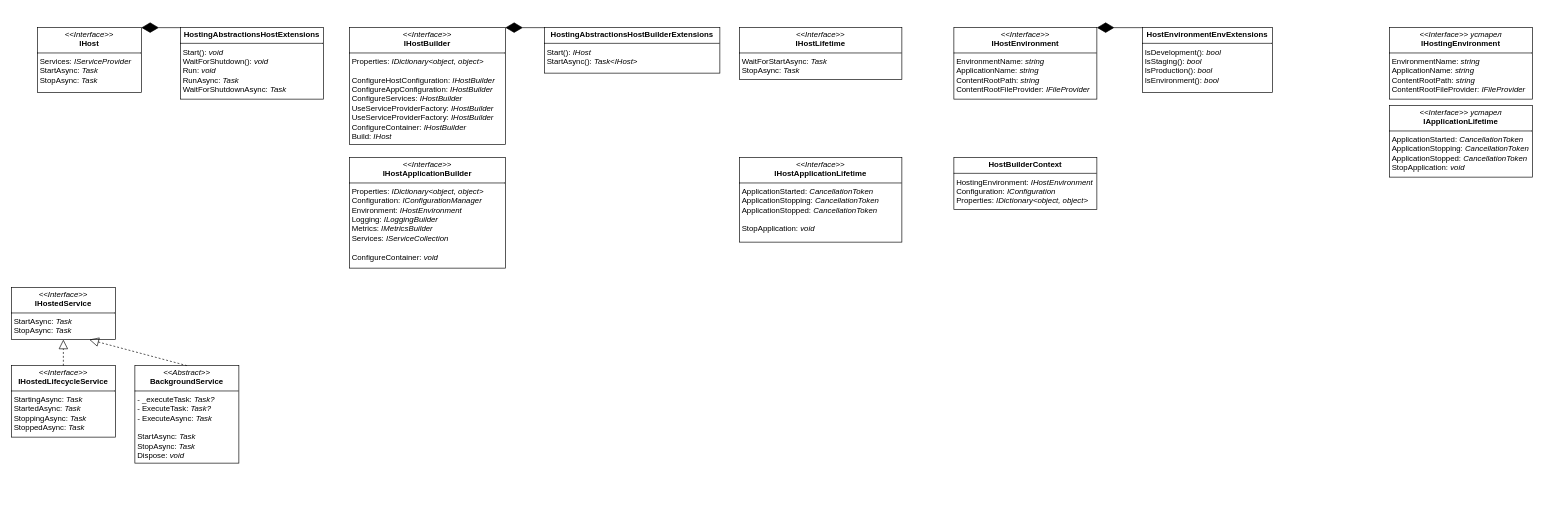
Above: page "Hosting" (3 of 3) of .Net/Диаграмма без названия.drawio in KondyubaBA/Foundation (draw.io), before the change. Source tidied: cells renumbered, new cells numbered last; positions are measured from the earlier drawing's top-left corner, leaving out a move shared by most shapes. Both pictures are drawn from the tidied source at 65%, with x=0, y=0 at pixel (11, 27).
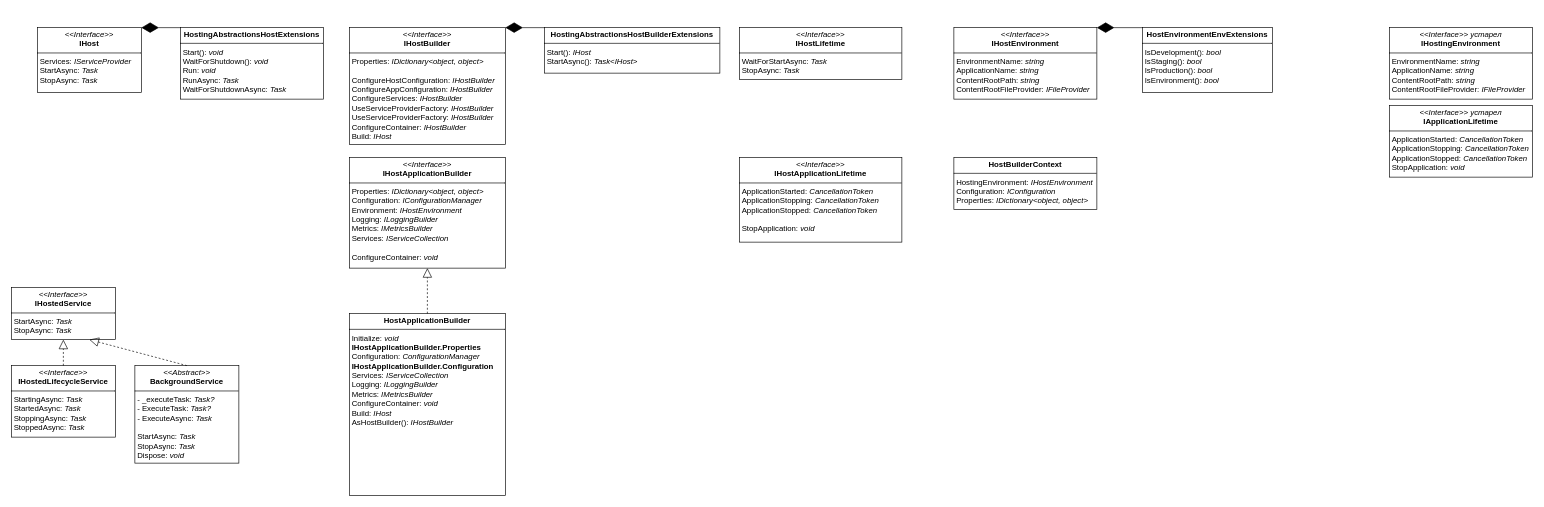
The same page after the edit.

Unchanged cells that the change refers to:
```xml
<mxCell id="3" value="&lt;p style=&quot;margin:0px;margin-top:4px;text-align:center;&quot;&gt;&lt;i&gt;&amp;lt;&amp;lt;Interface&amp;gt;&amp;gt;&lt;/i&gt;&lt;br&gt;&lt;span style=&quot;background-color: initial; text-align: left;&quot;&gt;&lt;b&gt;IHostApplicationBuilder&lt;/b&gt;&lt;/span&gt;&lt;/p&gt;&lt;hr size=&quot;1&quot; style=&quot;border-style:solid;&quot;&gt;&lt;p style=&quot;margin:0px;margin-left:4px;&quot;&gt;Properties: &lt;i&gt;IDictionary&amp;lt;object, object&amp;gt;&lt;/i&gt;&lt;br&gt;Configuration:&amp;nbsp;&lt;span style=&quot;background-color: initial;&quot;&gt;&lt;i&gt;IConfigurationManager&lt;/i&gt;&lt;/span&gt;&lt;/p&gt;&lt;p style=&quot;margin:0px;margin-left:4px;&quot;&gt;Environment:&amp;nbsp;&lt;span style=&quot;background-color: initial;&quot;&gt;&lt;i&gt;IHostEnvironment&lt;/i&gt;&lt;/span&gt;&lt;br&gt;&lt;/p&gt;&lt;p style=&quot;margin:0px;margin-left:4px;&quot;&gt;&lt;span style=&quot;background-color: initial;&quot;&gt;Logging:&amp;nbsp;&lt;/span&gt;&lt;span style=&quot;background-color: initial;&quot;&gt;&lt;i&gt;ILoggingBuilder&lt;/i&gt;&lt;/span&gt;&lt;span style=&quot;background-color: initial;&quot;&gt;&lt;br&gt;&lt;/span&gt;&lt;/p&gt;&lt;p style=&quot;margin:0px;margin-left:4px;&quot;&gt;&lt;span style=&quot;background-color: initial;&quot;&gt;Metrics:&amp;nbsp;&lt;/span&gt;&lt;span style=&quot;background-color: initial;&quot;&gt;&lt;i&gt;IMetricsBuilder&lt;/i&gt;&lt;/span&gt;&lt;span style=&quot;background-color: initial;&quot;&gt;&lt;br&gt;&lt;/span&gt;&lt;/p&gt;&lt;p style=&quot;margin:0px;margin-left:4px;&quot;&gt;&lt;span style=&quot;background-color: initial;&quot;&gt;Services:&amp;nbsp;&lt;/span&gt;&lt;span style=&quot;background-color: initial;&quot;&gt;&lt;i&gt;IServiceCollection&lt;/i&gt;&lt;/span&gt;&lt;span style=&quot;background-color: initial;&quot;&gt;&lt;br&gt;&lt;/span&gt;&lt;/p&gt;&lt;p style=&quot;margin:0px;margin-left:4px;&quot;&gt;&lt;span style=&quot;background-color: initial;&quot;&gt;&lt;i&gt;&lt;br&gt;&lt;/i&gt;&lt;/span&gt;&lt;/p&gt;&lt;p style=&quot;margin:0px;margin-left:4px;&quot;&gt;&lt;span style=&quot;background-color: initial;&quot;&gt;ConfigureContainer:&lt;i&gt;&amp;nbsp;&lt;/i&gt;&lt;/span&gt;&lt;span style=&quot;background-color: initial;&quot;&gt;&lt;i&gt;void&lt;/i&gt;&lt;/span&gt;&lt;span style=&quot;background-color: initial;&quot;&gt;&lt;i&gt;&lt;br&gt;&lt;/i&gt;&lt;/span&gt;&lt;/p&gt;" style="verticalAlign=top;align=left;overflow=fill;html=1;whiteSpace=wrap;" parent="1" vertex="1">
  <mxGeometry x="520" y="200" width="240" height="170" as="geometry" />
</mxCell>
```

Diff of the diagram source:
```diff
@@
+    <mxCell id="22" value="&lt;p style=&quot;margin:0px;margin-top:4px;text-align:center;&quot;&gt;&lt;span style=&quot;background-color: initial; text-align: left;&quot;&gt;&lt;b&gt;HostApplicationBuilder&lt;/b&gt;&lt;/span&gt;&lt;/p&gt;&lt;hr size=&quot;1&quot; style=&quot;border-style:solid;&quot;&gt;&lt;p style=&quot;margin:0px;margin-left:4px;&quot;&gt;Initialize: &lt;i&gt;void&lt;/i&gt;&lt;br&gt;&lt;/p&gt;&lt;p style=&quot;margin:0px;margin-left:4px;&quot;&gt;&lt;b&gt;IHostApplicationBuilder.Properties&lt;/b&gt;&lt;br&gt;&lt;/p&gt;&lt;p style=&quot;margin:0px;margin-left:4px;&quot;&gt;Configuration:&lt;b&gt;&amp;nbsp;&lt;/b&gt;&lt;span style=&quot;background-color: initial;&quot;&gt;&lt;i&gt;ConfigurationManager&lt;/i&gt;&lt;/span&gt;&lt;br&gt;&lt;/p&gt;&lt;p style=&quot;margin:0px;margin-left:4px;&quot;&gt;&lt;span style=&quot;background-color: initial;&quot;&gt;&lt;b style=&quot;&quot;&gt;IHostApplicationBuilder.Configuration&lt;/b&gt;&lt;br&gt;&lt;/span&gt;&lt;/p&gt;&lt;p style=&quot;margin:0px;margin-left:4px;&quot;&gt;&lt;span style=&quot;background-color: initial;&quot;&gt;Services:&amp;nbsp;&lt;/span&gt;&lt;span style=&quot;background-color: initial;&quot;&gt;&lt;i&gt;IServiceCollection&lt;/i&gt;&lt;/span&gt;&lt;span style=&quot;background-color: initial;&quot;&gt;&lt;br&gt;&lt;/span&gt;&lt;/p&gt;&lt;p style=&quot;margin:0px;margin-left:4px;&quot;&gt;&lt;span style=&quot;background-color: initial;&quot;&gt;Logging:&amp;nbsp;&lt;/span&gt;&lt;span style=&quot;background-color: initial;&quot;&gt;&lt;i&gt;ILoggingBuilder&lt;/i&gt;&lt;/span&gt;&lt;span style=&quot;background-color: initial;&quot;&gt;&lt;br&gt;&lt;/span&gt;&lt;/p&gt;&lt;p style=&quot;margin:0px;margin-left:4px;&quot;&gt;&lt;span style=&quot;background-color: initial;&quot;&gt;Metrics:&amp;nbsp;&lt;/span&gt;&lt;span style=&quot;background-color: initial;&quot;&gt;&lt;i&gt;IMetricsBuilder&lt;/i&gt;&lt;/span&gt;&lt;span style=&quot;background-color: initial;&quot;&gt;&lt;br&gt;&lt;/span&gt;&lt;/p&gt;&lt;p style=&quot;margin:0px;margin-left:4px;&quot;&gt;&lt;span style=&quot;background-color: initial;&quot;&gt;ConfigureContainer: &lt;i&gt;void&lt;/i&gt;&lt;br&gt;&lt;/span&gt;&lt;/p&gt;&lt;p style=&quot;margin:0px;margin-left:4px;&quot;&gt;&lt;span style=&quot;background-color: initial;&quot;&gt;Build:&amp;nbsp;&lt;/span&gt;&lt;span style=&quot;background-color: initial;&quot;&gt;&lt;i&gt;IHost&lt;/i&gt;&lt;/span&gt;&lt;span style=&quot;background-color: initial;&quot;&gt;&lt;i&gt;&lt;br&gt;&lt;/i&gt;&lt;/span&gt;&lt;/p&gt;&lt;p style=&quot;margin:0px;margin-left:4px;&quot;&gt;&lt;span style=&quot;background-color: initial;&quot;&gt;AsHostBuilder():&lt;i&gt;&amp;nbsp;&lt;/i&gt;&lt;/span&gt;&lt;span style=&quot;background-color: initial;&quot;&gt;&lt;i&gt;IHostBuilder&lt;/i&gt;&lt;/span&gt;&lt;span style=&quot;background-color: initial;&quot;&gt;&lt;i&gt;&lt;br&gt;&lt;/i&gt;&lt;/span&gt;&lt;/p&gt;&lt;p style=&quot;margin:0px;margin-left:4px;&quot;&gt;&lt;span style=&quot;background-color: initial;&quot;&gt;&lt;i&gt;&lt;br&gt;&lt;/i&gt;&lt;/span&gt;&lt;/p&gt;" style="verticalAlign=top;align=left;overflow=fill;html=1;whiteSpace=wrap;" parent="1" vertex="1">
+      <mxGeometry x="520" y="440" width="240" height="280" as="geometry" />
+    </mxCell>
+    <mxCell id="23" style="endArrow=block;dashed=1;endFill=0;endSize=12;html=1;rounded=0;entryX=0.5;entryY=1;entryDx=0;entryDy=0;exitX=0.5;exitY=0;exitDx=0;exitDy=0;" parent="1" edge="1" source="22" target="3">
+      <mxGeometry relative="1" as="geometry" />
+    </mxCell>
```
